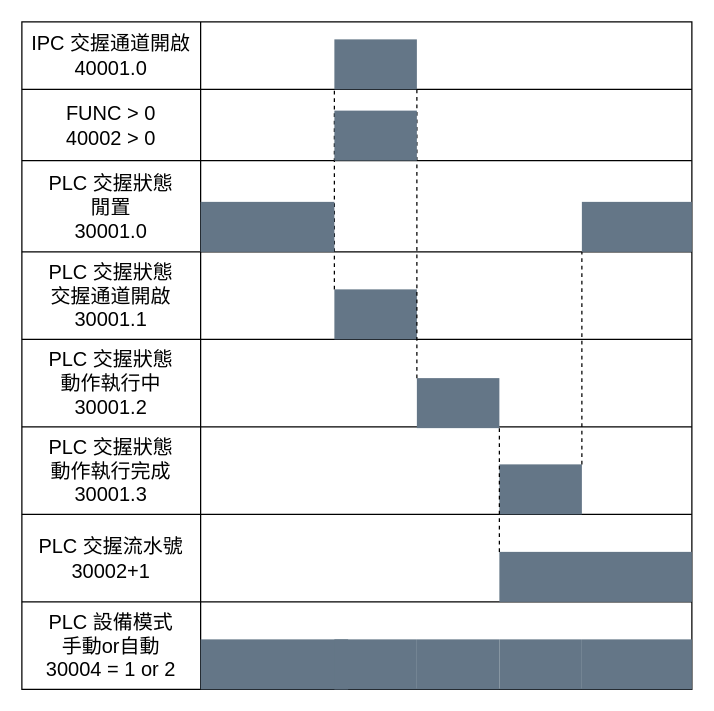
The draw.io diagram 交握時序圖.drawio in ChiangRyan/process-diagram, before the edit. Source tidied: cells renumbered, new cells numbered last; positions are measured from the earlier drawing's top-left corner, leaving out a move shared by most shapes. Both pictures are drawn from the tidied source at 125%, with x=0, y=0 at pixel (21, 21).
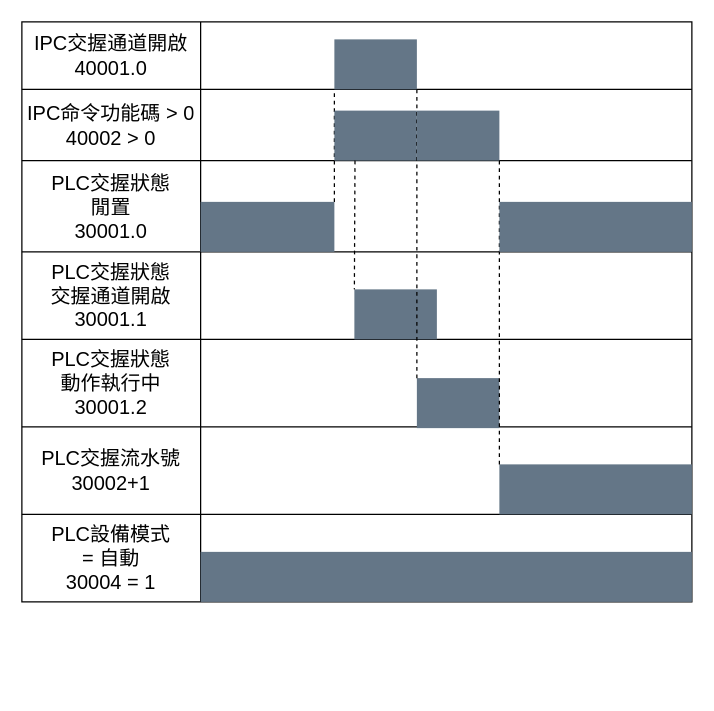
After the change.

Commit message:
更新交握時序圖.drawio

Unchanged cells that the change refers to:
```xml
<mxCell id="3" style="shape=tableRow;horizontal=0;startSize=0;swimlaneHead=0;swimlaneBody=0;strokeColor=inherit;top=0;left=0;bottom=0;right=0;fillColor=none;fontSize=16;" parent="2" vertex="1">
  <mxGeometry width="536" height="54" as="geometry" />
</mxCell>
<mxCell id="6" style="shape=tableRow;horizontal=0;startSize=0;swimlaneHead=0;swimlaneBody=0;strokeColor=inherit;top=0;left=0;bottom=0;right=0;fillColor=none;fontSize=16;" parent="2" vertex="1">
  <mxGeometry y="54" width="536" height="57" as="geometry" />
</mxCell>
<mxCell id="9" style="shape=tableRow;horizontal=0;startSize=0;swimlaneHead=0;swimlaneBody=0;strokeColor=inherit;top=0;left=0;bottom=0;right=0;fillColor=none;fontSize=16;" parent="2" vertex="1">
  <mxGeometry y="111" width="536" height="73" as="geometry" />
</mxCell>
<mxCell id="12" style="shape=tableRow;horizontal=0;startSize=0;swimlaneHead=0;swimlaneBody=0;strokeColor=inherit;top=0;left=0;bottom=0;right=0;fillColor=none;fontSize=16;" parent="2" vertex="1">
  <mxGeometry y="184" width="536" height="70" as="geometry" />
</mxCell>
<mxCell id="15" style="shape=tableRow;horizontal=0;startSize=0;swimlaneHead=0;swimlaneBody=0;strokeColor=inherit;top=0;left=0;bottom=0;right=0;fillColor=none;fontSize=16;" parent="2" vertex="1">
  <mxGeometry y="254" width="536" height="70" as="geometry" />
</mxCell>
<mxCell id="18" style="shape=tableRow;horizontal=0;startSize=0;swimlaneHead=0;swimlaneBody=0;strokeColor=inherit;top=0;left=0;bottom=0;right=0;fillColor=none;fontSize=16;" parent="2" vertex="1">
  <mxGeometry y="324" width="536" height="70" as="geometry" />
</mxCell>
<mxCell id="21" style="shape=tableRow;horizontal=0;startSize=0;swimlaneHead=0;swimlaneBody=0;strokeColor=inherit;top=0;left=0;bottom=0;right=0;fillColor=none;fontSize=16;" parent="2" vertex="1">
  <mxGeometry y="394" width="536" height="70" as="geometry" />
</mxCell>
<mxCell id="27" style="rounded=0;whiteSpace=wrap;html=1;fillColor=#647687;fontColor=#ffffff;strokeColor=none;gradientColor=none;" parent="1" vertex="1">
  <mxGeometry x="250" y="14" width="66" height="40" as="geometry" />
</mxCell>
<mxCell id="31" style="rounded=0;whiteSpace=wrap;html=1;fillColor=#647687;fontColor=#ffffff;strokeColor=none;gradientColor=none;" parent="1" vertex="1">
  <mxGeometry x="316" y="285" width="66" height="40" as="geometry" />
</mxCell>
<mxCell id="34" style="rounded=0;whiteSpace=wrap;html=1;fillColor=#647687;fontColor=#ffffff;strokeColor=none;gradientColor=none;" parent="1" vertex="1">
  <mxGeometry x="143" y="144" width="107" height="40" as="geometry" />
</mxCell>
<mxCell id="43" style="rounded=0;whiteSpace=wrap;html=1;fillColor=#647687;fontColor=#ffffff;strokeColor=none;gradientColor=none;" parent="1" vertex="1">
  <mxGeometry x="250" y="71" width="66" height="40" as="geometry" />
</mxCell>
```

What changed in the source:
```diff
@@
     <mxCell id="2" style="shape=table;startSize=0;childLayout=tableLayout;fontSize=16;strokeColor=default;swimlaneFillColor=none;gradientColor=none;fillColor=none;" parent="1" vertex="1">
-      <mxGeometry width="536" height="534" as="geometry" />
+      <mxGeometry width="536" height="464" as="geometry" />
     </mxCell>
@@
-    <mxCell id="4" value="IPC 交握通道開啟&lt;div&gt;40001.0&lt;/div&gt;" style="shape=partialRectangle;html=1;whiteSpace=wrap;strokeColor=inherit;overflow=hidden;fillColor=none;top=0;left=0;bottom=0;right=0;fontSize=16;" parent="3" vertex="1">
+    <mxCell id="4" value="IPC交握通道開啟&lt;div&gt;40001.0&lt;/div&gt;" style="shape=partialRectangle;html=1;whiteSpace=wrap;strokeColor=inherit;overflow=hidden;fillColor=none;top=0;left=0;bottom=0;right=0;fontSize=16;" parent="3" vertex="1">
       <mxGeometry width="143" height="54" as="geometry" />
     </mxCell>
@@
-    <mxCell id="7" value="FUNC &amp;gt; 0&lt;div&gt;40002 &amp;gt; 0&lt;/div&gt;" style="shape=partialRectangle;html=1;whiteSpace=wrap;strokeColor=inherit;overflow=hidden;fillColor=none;top=0;left=0;bottom=0;right=0;fontSize=16;" parent="6" vertex="1">
+    <mxCell id="7" value="IPC命令功能碼 &amp;gt; 0&lt;div&gt;40002 &amp;gt; 0&lt;/div&gt;" style="shape=partialRectangle;html=1;whiteSpace=wrap;strokeColor=inherit;overflow=hidden;fillColor=none;top=0;left=0;bottom=0;right=0;fontSize=16;" parent="6" vertex="1">
       <mxGeometry width="143" height="57" as="geometry" />
     </mxCell>
@@
-    <mxCell id="10" value="PLC 交握狀態&lt;div&gt;閒置&lt;/div&gt;&lt;div&gt;30001.0&lt;/div&gt;" style="shape=partialRectangle;html=1;whiteSpace=wrap;strokeColor=inherit;overflow=hidden;fillColor=none;top=0;left=0;bottom=0;right=0;fontSize=16;" parent="9" vertex="1">
+    <mxCell id="10" value="PLC交握狀態&lt;div&gt;閒置&lt;/div&gt;&lt;div&gt;30001.0&lt;/div&gt;" style="shape=partialRectangle;html=1;whiteSpace=wrap;strokeColor=inherit;overflow=hidden;fillColor=none;top=0;left=0;bottom=0;right=0;fontSize=16;" parent="9" vertex="1">
       <mxGeometry width="143" height="73" as="geometry" />
     </mxCell>
@@
-    <mxCell id="13" value="PLC 交握狀態&lt;div&gt;交握通道開啟&lt;/div&gt;&lt;div&gt;30001.1&lt;/div&gt;" style="shape=partialRectangle;html=1;whiteSpace=wrap;strokeColor=inherit;overflow=hidden;fillColor=none;top=0;left=0;bottom=0;right=0;fontSize=16;" parent="12" vertex="1">
+    <mxCell id="13" value="PLC交握狀態&lt;div&gt;交握通道開啟&lt;/div&gt;&lt;div&gt;30001.1&lt;/div&gt;" style="shape=partialRectangle;html=1;whiteSpace=wrap;strokeColor=inherit;overflow=hidden;fillColor=none;top=0;left=0;bottom=0;right=0;fontSize=16;" parent="12" vertex="1">
       <mxGeometry width="143" height="70" as="geometry" />
     </mxCell>
@@
-    <mxCell id="16" value="PLC 交握狀態&lt;div&gt;動作執行中&lt;/div&gt;&lt;div&gt;30001.2&lt;/div&gt;" style="shape=partialRectangle;html=1;whiteSpace=wrap;strokeColor=inherit;overflow=hidden;fillColor=none;top=0;left=0;bottom=0;right=0;fontSize=16;" parent="15" vertex="1">
+    <mxCell id="16" value="PLC交握狀態&lt;div&gt;動作執行中&lt;/div&gt;&lt;div&gt;30001.2&lt;/div&gt;" style="shape=partialRectangle;html=1;whiteSpace=wrap;strokeColor=inherit;overflow=hidden;fillColor=none;top=0;left=0;bottom=0;right=0;fontSize=16;" parent="15" vertex="1">
       <mxGeometry width="143" height="70" as="geometry" />
     </mxCell>
@@
-    <mxCell id="19" value="PLC 交握狀態&lt;div&gt;動作執行完成&lt;/div&gt;&lt;div&gt;30001.3&lt;/div&gt;" style="shape=partialRectangle;html=1;whiteSpace=wrap;strokeColor=inherit;overflow=hidden;fillColor=none;top=0;left=0;bottom=0;right=0;fontSize=16;" parent="18" vertex="1">
+    <mxCell id="19" value="PLC交握流水號&lt;div&gt;30002+1&lt;/div&gt;" style="shape=partialRectangle;html=1;whiteSpace=wrap;strokeColor=inherit;overflow=hidden;fillColor=none;top=0;left=0;bottom=0;right=0;fontSize=16;" parent="18" vertex="1">
       <mxGeometry width="143" height="70" as="geometry" />
     </mxCell>
@@
-    <mxCell id="22" value="PLC 交握流水號&lt;div&gt;30002+1&lt;/div&gt;" style="shape=partialRectangle;html=1;whiteSpace=wrap;strokeColor=inherit;overflow=hidden;fillColor=none;top=0;left=0;bottom=0;right=0;fontSize=16;" parent="21" vertex="1">
+    <mxCell id="22" value="PLC設備模式&lt;div&gt;&lt;span style=&quot;background-color: transparent; color: light-dark(rgb(0, 0, 0), rgb(255, 255, 255));&quot;&gt;= 自動&lt;/span&gt;&lt;div&gt;30004 = 1&lt;/div&gt;&lt;/div&gt;" style="shape=partialRectangle;html=1;whiteSpace=wrap;strokeColor=inherit;overflow=hidden;fillColor=none;top=0;left=0;bottom=0;right=0;fontSize=16;" parent="21" vertex="1">
       <mxGeometry width="143" height="70" as="geometry" />
     </mxCell>
@@
-    <mxCell id="24" style="shape=tableRow;horizontal=0;startSize=0;swimlaneHead=0;swimlaneBody=0;strokeColor=inherit;top=0;left=0;bottom=0;right=0;fillColor=none;fontSize=16;" parent="2" vertex="1">
-      <mxGeometry y="464" width="536" height="70" as="geometry" />
-    </mxCell>
-    <mxCell id="25" value="PLC 設備模式&lt;div&gt;手動or自動&lt;/div&gt;&lt;div&gt;30004 = 1 or 2&lt;/div&gt;" style="shape=partialRectangle;html=1;whiteSpace=wrap;strokeColor=inherit;overflow=hidden;fillColor=none;top=0;left=0;bottom=0;right=0;fontSize=16;" parent="24" vertex="1">
-      <mxGeometry width="143" height="70" as="geometry" />
-    </mxCell>
-    <mxCell id="26" style="shape=partialRectangle;html=1;whiteSpace=wrap;strokeColor=inherit;overflow=hidden;fillColor=none;top=0;left=0;bottom=0;right=0;fontSize=16;" parent="24" vertex="1">
-      <mxGeometry x="143" width="393" height="70" as="geometry" />
-    </mxCell>
@@
-    <mxCell id="28" style="endArrow=none;dashed=1;html=1;rounded=0;exitX=0;exitY=0;exitDx=0;exitDy=0;entryX=0;entryY=1;entryDx=0;entryDy=0;" parent="1" edge="1" source="29" target="27">
+    <mxCell id="28" style="endArrow=none;dashed=1;html=1;rounded=0;exitX=1;exitY=0;exitDx=0;exitDy=0;entryX=0;entryY=1;entryDx=0;entryDy=0;" parent="1" edge="1" source="34" target="27">
       <mxGeometry relative="1" as="geometry" />
     </mxCell>
     <mxCell id="29" style="rounded=0;whiteSpace=wrap;html=1;fillColor=#647687;fontColor=#ffffff;strokeColor=none;gradientColor=none;" parent="1" vertex="1">
-      <mxGeometry x="250" y="214" width="66" height="40" as="geometry" />
+      <mxGeometry x="266" y="214" width="66" height="40" as="geometry" />
     </mxCell>
-    <mxCell id="30" style="endArrow=none;dashed=1;html=1;rounded=0;entryX=1;entryY=1;entryDx=0;entryDy=0;exitX=0;exitY=0;exitDx=0;exitDy=0;" parent="1" edge="1" source="31" target="27">
-      <mxGeometry relative="1" as="geometry" />
-    </mxCell>
@@
-    <mxCell id="32" style="rounded=0;whiteSpace=wrap;html=1;fillColor=#647687;fontColor=#ffffff;strokeColor=none;gradientColor=none;" parent="1" vertex="1">
-      <mxGeometry x="382" y="354" width="66" height="40" as="geometry" />
-    </mxCell>
     <mxCell id="33" style="rounded=0;whiteSpace=wrap;html=1;fillColor=#647687;fontColor=#ffffff;strokeColor=none;gradientColor=none;" parent="1" vertex="1">
-      <mxGeometry x="382" y="424" width="154" height="40" as="geometry" />
+      <mxGeometry x="382" y="354" width="154" height="40" as="geometry" />
     </mxCell>
@@
     <mxCell id="35" style="rounded=0;whiteSpace=wrap;html=1;fillColor=#647687;fontColor=#ffffff;strokeColor=none;gradientColor=none;" parent="1" vertex="1">
-      <mxGeometry x="143" y="494" width="118" height="40" as="geometry" />
+      <mxGeometry x="143" y="424" width="393" height="40" as="geometry" />
     </mxCell>
-    <mxCell id="36" style="rounded=0;whiteSpace=wrap;html=1;fillColor=#647687;fontColor=#ffffff;strokeColor=none;gradientColor=none;" parent="1" vertex="1">
-      <mxGeometry x="250" y="494" width="66" height="40" as="geometry" />
-    </mxCell>
-    <mxCell id="37" style="rounded=0;whiteSpace=wrap;html=1;fillColor=#647687;fontColor=#ffffff;strokeColor=none;gradientColor=none;" parent="1" vertex="1">
-      <mxGeometry x="316" y="494" width="66" height="40" as="geometry" />
-    </mxCell>
-    <mxCell id="38" style="rounded=0;whiteSpace=wrap;html=1;fillColor=#647687;fontColor=#ffffff;strokeColor=none;gradientColor=none;" parent="1" vertex="1">
-      <mxGeometry x="382" y="494" width="66" height="40" as="geometry" />
-    </mxCell>
-    <mxCell id="39" style="rounded=0;whiteSpace=wrap;html=1;fillColor=#647687;fontColor=#ffffff;strokeColor=none;gradientColor=none;" parent="1" vertex="1">
-      <mxGeometry x="448" y="494" width="88" height="40" as="geometry" />
-    </mxCell>
-    <mxCell id="40" style="endArrow=none;dashed=1;html=1;rounded=0;entryX=1;entryY=1;entryDx=0;entryDy=0;exitX=0;exitY=0;exitDx=0;exitDy=0;" parent="1" edge="1" source="33" target="31">
+    <mxCell id="40" style="endArrow=none;dashed=1;html=1;rounded=0;entryX=1;entryY=1;entryDx=0;entryDy=0;exitX=0;exitY=0;exitDx=0;exitDy=0;" parent="1" edge="1" source="33" target="46">
       <mxGeometry relative="1" as="geometry" />
     </mxCell>
     <mxCell id="41" style="rounded=0;whiteSpace=wrap;html=1;fillColor=#647687;fontColor=#ffffff;strokeColor=none;gradientColor=none;" parent="1" vertex="1">
-      <mxGeometry x="448" y="144" width="88" height="40" as="geometry" />
+      <mxGeometry x="382" y="144" width="154" height="40" as="geometry" />
     </mxCell>
-    <mxCell id="42" style="endArrow=none;dashed=1;html=1;rounded=0;entryX=0;entryY=1;entryDx=0;entryDy=0;exitX=1;exitY=0;exitDx=0;exitDy=0;" parent="1" edge="1" source="32" target="41">
-      <mxGeometry relative="1" as="geometry" />
-    </mxCell>
@@
+    <mxCell id="44" style="endArrow=none;dashed=1;html=1;rounded=0;exitX=0.25;exitY=1;exitDx=0;exitDy=0;entryX=0;entryY=0;entryDx=0;entryDy=0;" parent="1" edge="1" source="43" target="29">
+      <mxGeometry relative="1" as="geometry" />
+    </mxCell>
+    <mxCell id="45" style="endArrow=none;dashed=1;html=1;rounded=0;exitX=1;exitY=1;exitDx=0;exitDy=0;entryX=0;entryY=0;entryDx=0;entryDy=0;" parent="1" edge="1" source="27" target="31">
+      <mxGeometry relative="1" as="geometry" />
+    </mxCell>
+    <mxCell id="46" style="rounded=0;whiteSpace=wrap;html=1;fillColor=#647687;fontColor=#ffffff;strokeColor=none;gradientColor=none;" parent="1" vertex="1">
+      <mxGeometry x="316" y="71" width="66" height="40" as="geometry" />
+    </mxCell>
```
